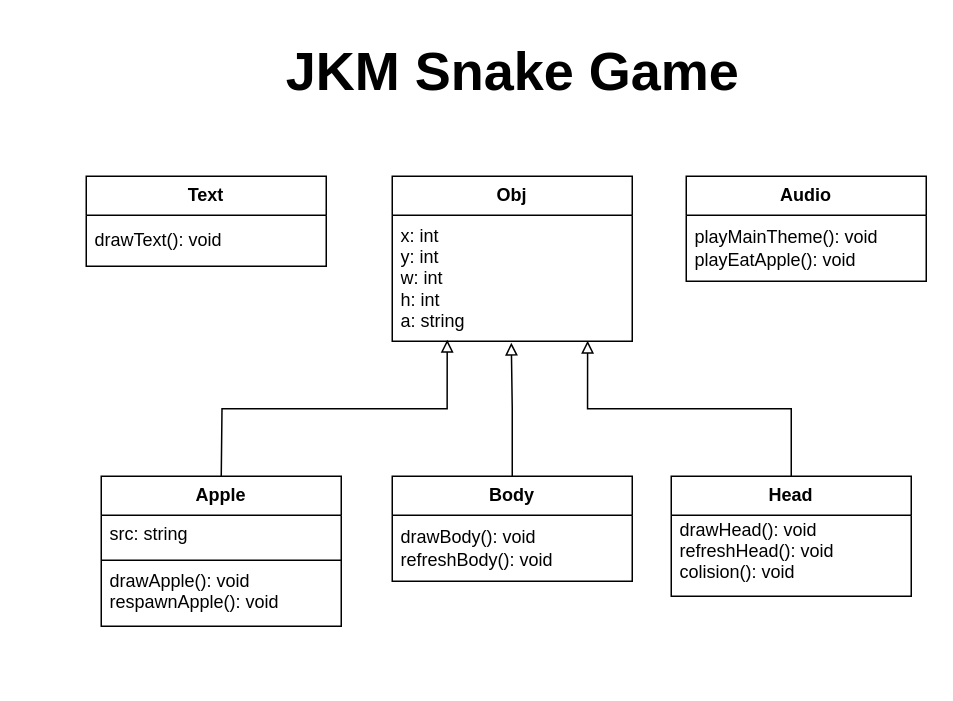
mapompeo/snake-game keeps this draw.io diagram as assets/uml/jkm-snake-uml.drawio. Above is the earlier version. Source tidied: cells renumbered, new cells numbered last; positions are measured from the earlier drawing's top-left corner, leaving out a move shared by most shapes. Both pictures are drawn from the tidied source at 150%, with x=0, y=0 at pixel (86, 26).
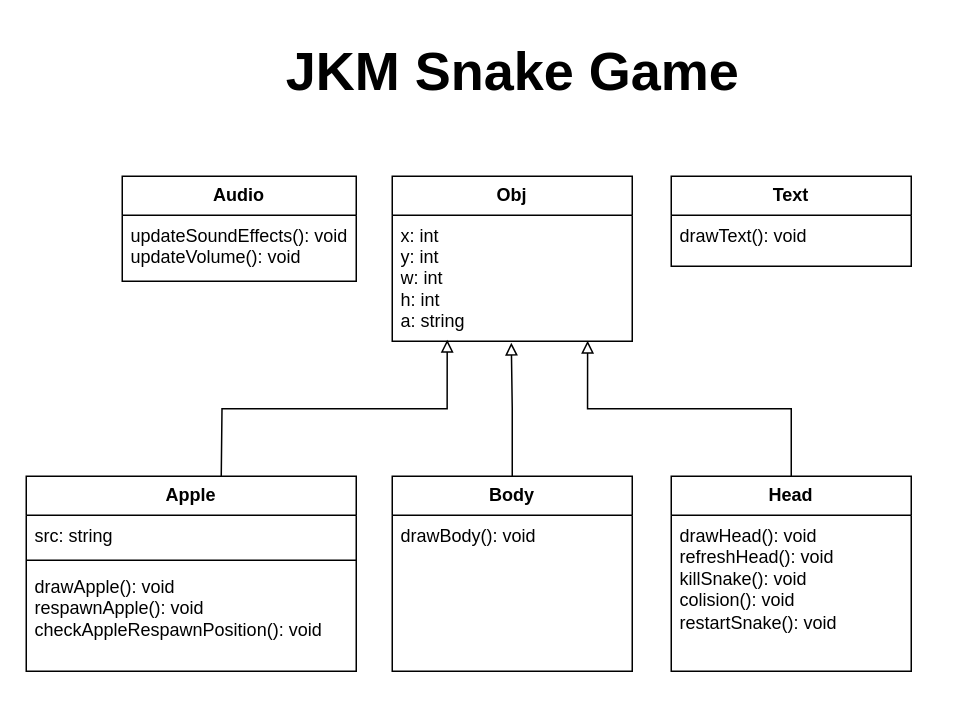
The same page after the edit.

Diff of the diagram source:
```diff
@@
     <mxCell id="4" value="Head" style="swimlane;fontStyle=1;align=center;verticalAlign=middle;horizontal=1;startSize=26;whiteSpace=wrap;html=1;" parent="1" vertex="1">
-      <mxGeometry x="390" y="300" width="160" height="80" as="geometry" />
+      <mxGeometry x="390" y="300" width="160" height="130" as="geometry" />
     </mxCell>
-    <mxCell id="5" value="drawHead(): void&lt;div&gt;refreshHead(): void&lt;/div&gt;&lt;div&gt;colision(): void&lt;/div&gt;&lt;div&gt;&lt;br&gt;&lt;/div&gt;" style="text;strokeColor=none;fillColor=none;align=left;verticalAlign=middle;spacingLeft=4;spacingRight=4;overflow=hidden;whiteSpace=wrap;html=1;" parent="4" vertex="1">
-      <mxGeometry y="26" width="160" height="54" as="geometry" />
+    <mxCell id="5" value="drawHead(): void&lt;div&gt;refreshHead(): void&lt;/div&gt;&lt;div&gt;killSnake(): void&lt;/div&gt;&lt;div&gt;colision(): void&lt;/div&gt;&lt;div&gt;restartSnake(): void&lt;br&gt;&lt;/div&gt;" style="text;strokeColor=none;fillColor=none;align=left;verticalAlign=top;spacingLeft=4;spacingRight=4;overflow=hidden;whiteSpace=wrap;html=1;" parent="4" vertex="1">
+      <mxGeometry y="26" width="160" height="104" as="geometry" />
     </mxCell>
     <mxCell id="6" value="Body" style="swimlane;fontStyle=1;align=center;verticalAlign=middle;horizontal=1;startSize=26;whiteSpace=wrap;html=1;" parent="1" vertex="1">
-      <mxGeometry x="204" y="300" width="160" height="70" as="geometry" />
+      <mxGeometry x="204" y="300" width="160" height="130" as="geometry" />
     </mxCell>
-    <mxCell id="7" value="drawBody(): void&lt;div&gt;refreshBody(): void&lt;/div&gt;" style="text;strokeColor=none;fillColor=none;align=left;verticalAlign=middle;spacingLeft=4;spacingRight=4;overflow=hidden;whiteSpace=wrap;html=1;" parent="6" vertex="1">
-      <mxGeometry y="26" width="160" height="44" as="geometry" />
+    <mxCell id="7" value="drawBody(): void" style="text;strokeColor=none;fillColor=none;align=left;verticalAlign=top;spacingLeft=4;spacingRight=4;overflow=hidden;whiteSpace=wrap;html=1;" parent="6" vertex="1">
+      <mxGeometry y="26" width="160" height="104" as="geometry" />
     </mxCell>
@@
     <mxCell id="11" value="Text" style="swimlane;fontStyle=1;align=center;verticalAlign=middle;horizontal=1;startSize=26;whiteSpace=wrap;html=1;" parent="1" vertex="1">
-      <mxGeometry y="100" width="160" height="60" as="geometry" />
+      <mxGeometry x="390" y="100" width="160" height="60" as="geometry" />
     </mxCell>
-    <mxCell id="12" value="drawText(): void" style="text;strokeColor=none;fillColor=none;align=left;verticalAlign=middle;spacingLeft=4;spacingRight=4;overflow=hidden;whiteSpace=wrap;html=1;" parent="11" vertex="1">
+    <mxCell id="12" value="drawText(): void" style="text;strokeColor=none;fillColor=none;align=left;verticalAlign=top;spacingLeft=4;spacingRight=4;overflow=hidden;whiteSpace=wrap;html=1;" parent="11" vertex="1">
       <mxGeometry y="26" width="160" height="34" as="geometry" />
     </mxCell>
     <mxCell id="13" value="&lt;div&gt;Audio&lt;/div&gt;" style="swimlane;fontStyle=1;align=center;verticalAlign=middle;horizontal=1;startSize=26;whiteSpace=wrap;html=1;" parent="1" vertex="1">
-      <mxGeometry x="400" y="100" width="160" height="70" as="geometry" />
+      <mxGeometry x="24" y="100" width="156" height="70" as="geometry" />
     </mxCell>
-    <mxCell id="14" value="playMainTheme(): void&lt;div&gt;&lt;div&gt;playEatApple(): void&lt;/div&gt;&lt;/div&gt;" style="text;strokeColor=none;fillColor=none;align=left;verticalAlign=middle;spacingLeft=4;spacingRight=4;overflow=hidden;whiteSpace=wrap;html=1;" parent="13" vertex="1">
-      <mxGeometry y="26" width="160" height="44" as="geometry" />
+    <mxCell id="14" value="updateSoundEffects(): void&lt;div&gt;&lt;div&gt;updateVolume(): void&lt;/div&gt;&lt;/div&gt;" style="text;strokeColor=none;fillColor=none;align=left;verticalAlign=top;spacingLeft=4;spacingRight=4;overflow=hidden;whiteSpace=wrap;html=1;" parent="13" vertex="1">
+      <mxGeometry y="26" width="156" height="44" as="geometry" />
     </mxCell>
     <mxCell id="15" value="Apple" style="swimlane;fontStyle=1;align=center;verticalAlign=middle;horizontal=1;startSize=26;whiteSpace=wrap;html=1;" parent="1" vertex="1">
-      <mxGeometry x="10" y="300" width="160" height="100" as="geometry" />
+      <mxGeometry x="-40" y="300" width="220" height="130" as="geometry" />
     </mxCell>
-    <mxCell id="16" value="&lt;div&gt;src: string&lt;/div&gt;" style="text;strokeColor=none;fillColor=none;align=left;verticalAlign=middle;spacingLeft=4;spacingRight=4;overflow=hidden;whiteSpace=wrap;html=1;" parent="15" vertex="1">
-      <mxGeometry y="26" width="160" height="26" as="geometry" />
+    <mxCell id="16" value="&lt;div&gt;src: string&lt;/div&gt;" style="text;strokeColor=none;fillColor=none;align=left;verticalAlign=top;spacingLeft=4;spacingRight=4;overflow=hidden;whiteSpace=wrap;html=1;" parent="15" vertex="1">
+      <mxGeometry y="26" width="220" height="26" as="geometry" />
     </mxCell>
     <mxCell id="17" style="line;strokeWidth=1;fillColor=none;align=left;verticalAlign=middle;spacingTop=-1;spacingLeft=3;spacingRight=3;labelPosition=right;strokeColor=inherit;" parent="15" vertex="1">
-      <mxGeometry y="52" width="160" height="8" as="geometry" />
+      <mxGeometry y="52" width="220" height="8" as="geometry" />
     </mxCell>
-    <mxCell id="18" value="drawApple(): void&lt;div&gt;respawnApple(): void&lt;/div&gt;&lt;div&gt;&lt;br&gt;&lt;/div&gt;" style="text;strokeColor=none;fillColor=none;align=left;verticalAlign=middle;spacingLeft=4;spacingRight=4;overflow=hidden;whiteSpace=wrap;html=1;" parent="15" vertex="1">
-      <mxGeometry y="60" width="160" height="40" as="geometry" />
+    <mxCell id="18" value="drawApple(): void&lt;div&gt;respawnApple(): void&lt;/div&gt;&lt;div&gt;checkAppleRespawnPosition(): void&lt;br&gt;&lt;/div&gt;" style="text;strokeColor=none;fillColor=none;align=left;verticalAlign=top;spacingLeft=4;spacingRight=4;overflow=hidden;whiteSpace=wrap;html=1;" parent="15" vertex="1">
+      <mxGeometry y="60" width="220" height="70" as="geometry" />
     </mxCell>
```
